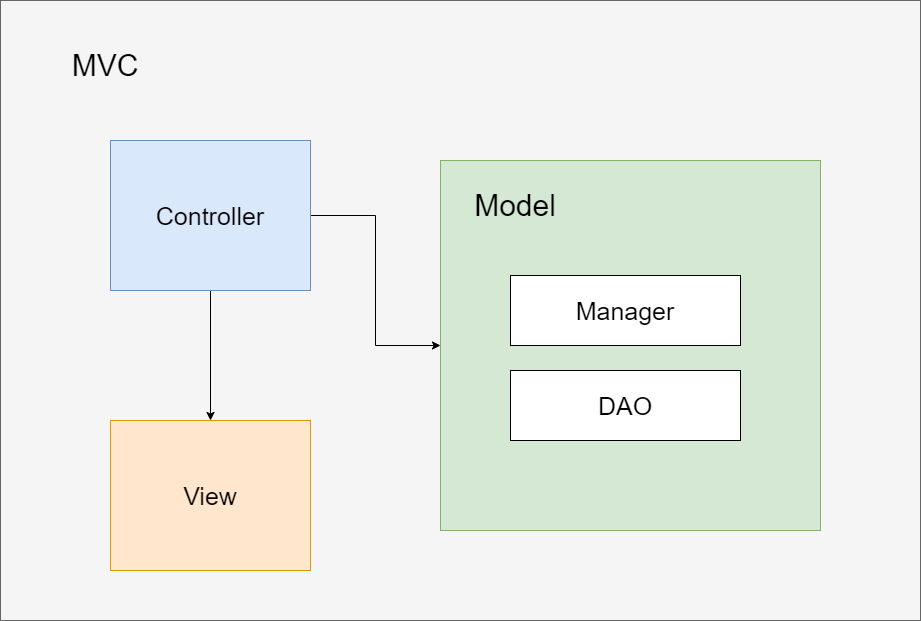
The draw.io diagram lingxi-taurus/lingxi-taurus-architecture-1,0.0.png in GitHeP/diagrams, before a commit. Source tidied: cells renumbered, new cells last; positions are measured from the earlier drawing's top-left corner, leaving out a move shared by most shapes.
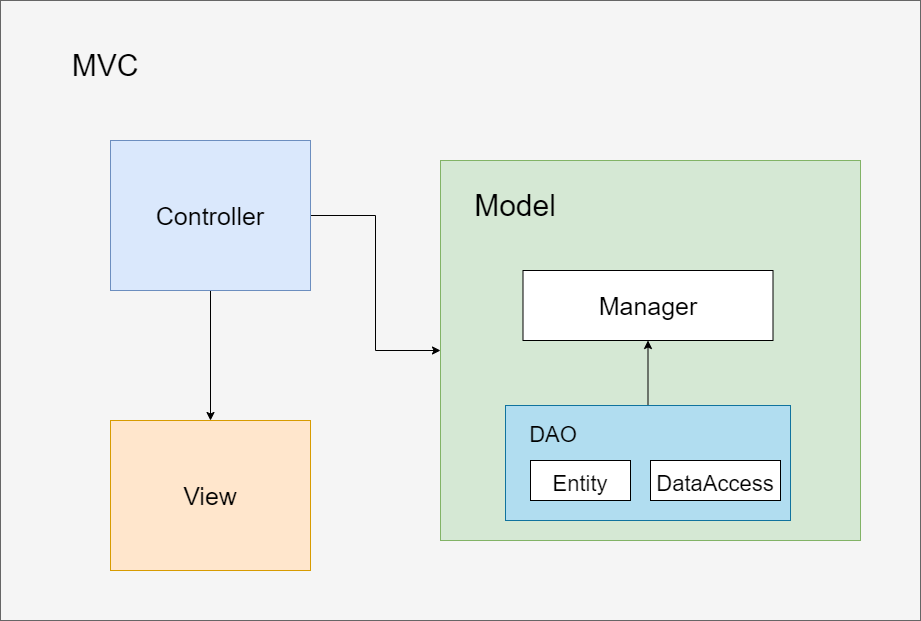
The same diagram one commit later.

The edit, as a diff of the source:
```diff
@@ -18,13 +18,16 @@
       <mxGeometry x="110" y="420" width="200" height="150" as="geometry" />
     </mxCell>
     <mxCell id="7" style="rounded=0;whiteSpace=wrap;html=1;fillColor=#d5e8d4;strokeColor=#82b366;" parent="1" vertex="1">
-      <mxGeometry x="440" y="160" width="380" height="370" as="geometry" />
+      <mxGeometry x="440" y="160" width="420" height="380" as="geometry" />
     </mxCell>
+    <mxCell id="12" style="edgeStyle=orthogonalEdgeStyle;rounded=0;jettySize=auto;html=1;exitX=0.5;exitY=0;exitDx=0;exitDy=0;entryX=0.5;entryY=1;entryDx=0;entryDy=0;fontSize=30;" parent="1" edge="1" source="8" target="9">
+      <mxGeometry relative="1" as="geometry" />
+    </mxCell>
-    <mxCell id="8" value="DAO" style="rounded=0;whiteSpace=wrap;html=1;fontSize=25;" parent="1" vertex="1">
-      <mxGeometry x="510" y="370" width="230" height="70" as="geometry" />
+    <mxCell id="8" style="rounded=0;whiteSpace=wrap;html=1;fontSize=25;fillColor=#b1ddf0;strokeColor=#10739e;" parent="1" vertex="1">
+      <mxGeometry x="505" y="405" width="285" height="115" as="geometry" />
     </mxCell>
     <mxCell id="9" value="Manager" style="rounded=0;whiteSpace=wrap;html=1;fontSize=25;" parent="1" vertex="1">
-      <mxGeometry x="510" y="275" width="230" height="70" as="geometry" />
+      <mxGeometry x="522.5" y="270" width="250" height="70" as="geometry" />
     </mxCell>
     <mxCell id="10" value="&lt;font style=&quot;font-size: 30px;&quot;&gt;MVC&lt;/font&gt;" style="text;html=1;strokeColor=none;fillColor=none;align=center;verticalAlign=middle;whiteSpace=wrap;rounded=0;fontSize=25;" parent="1" vertex="1">
       <mxGeometry x="50" y="40" width="110" height="50" as="geometry" />
@@ -32,5 +35,14 @@
     <mxCell id="11" value="&lt;font style=&quot;font-size: 30px;&quot;&gt;Model&lt;/font&gt;" style="text;html=1;strokeColor=none;fillColor=none;align=center;verticalAlign=middle;whiteSpace=wrap;rounded=0;fontSize=25;" parent="1" vertex="1">
       <mxGeometry x="460" y="180" width="110" height="50" as="geometry" />
     </mxCell>
+    <mxCell id="13" value="&lt;font style=&quot;font-size: 22px;&quot;&gt;Entity&lt;/font&gt;" style="rounded=0;whiteSpace=wrap;html=1;fontSize=30;" parent="1" vertex="1">
+      <mxGeometry x="530" y="460" width="100" height="40" as="geometry" />
+    </mxCell>
+    <mxCell id="14" value="&lt;font style=&quot;font-size: 22px;&quot;&gt;DataAccess&lt;/font&gt;" style="rounded=0;whiteSpace=wrap;html=1;fontSize=30;" parent="1" vertex="1">
+      <mxGeometry x="650" y="460" width="130" height="40" as="geometry" />
+    </mxCell>
+    <mxCell id="15" value="DAO" style="text;html=1;strokeColor=none;fillColor=none;align=center;verticalAlign=middle;whiteSpace=wrap;rounded=0;fontSize=22;" parent="1" vertex="1">
+      <mxGeometry x="522.5" y="420" width="60" height="30" as="geometry" />
+    </mxCell>
   </root>
 </mxGraphModel>
```
